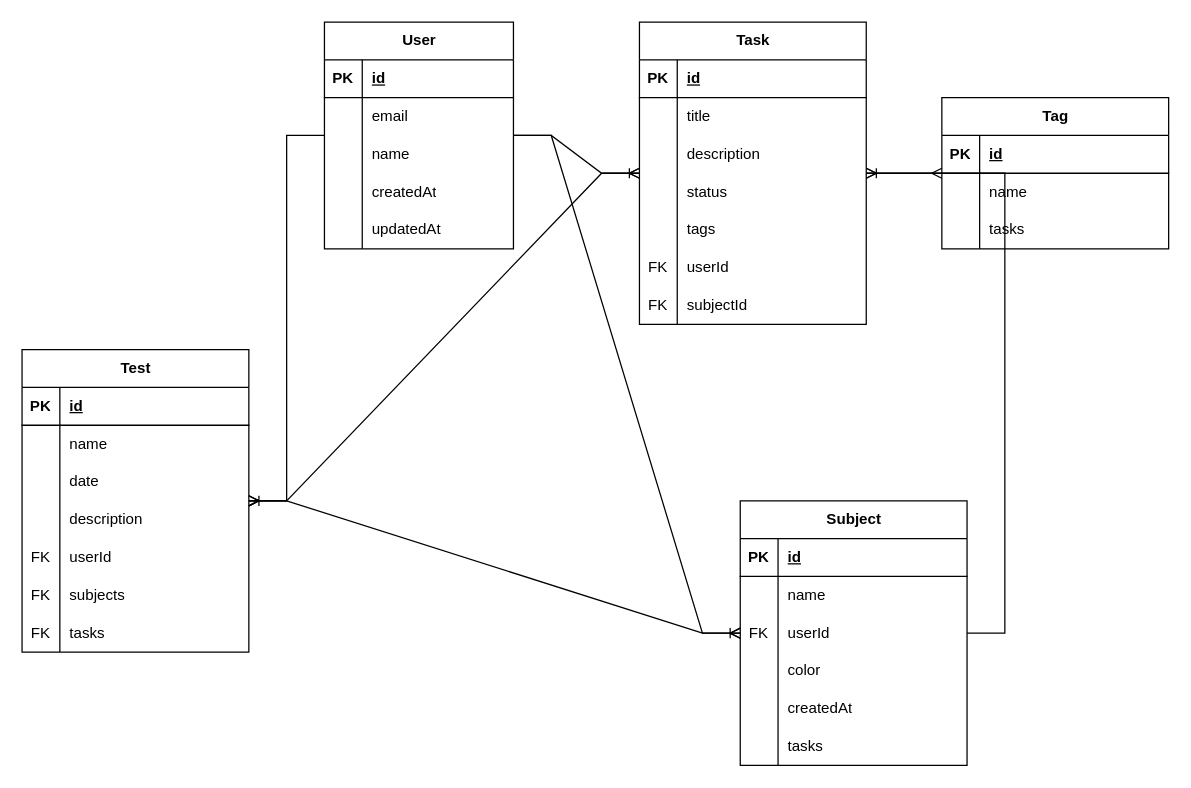
This is docs/er.drawio from neko3141592/Taskit, a draw.io file, before an edit. Source tidied: cells renumbered, new cells numbered last; positions are measured from the earlier drawing's top-left corner, leaving out a move shared by most shapes. Both pictures are drawn from the tidied source at 126%, with x=0, y=0 at pixel (21, 21).
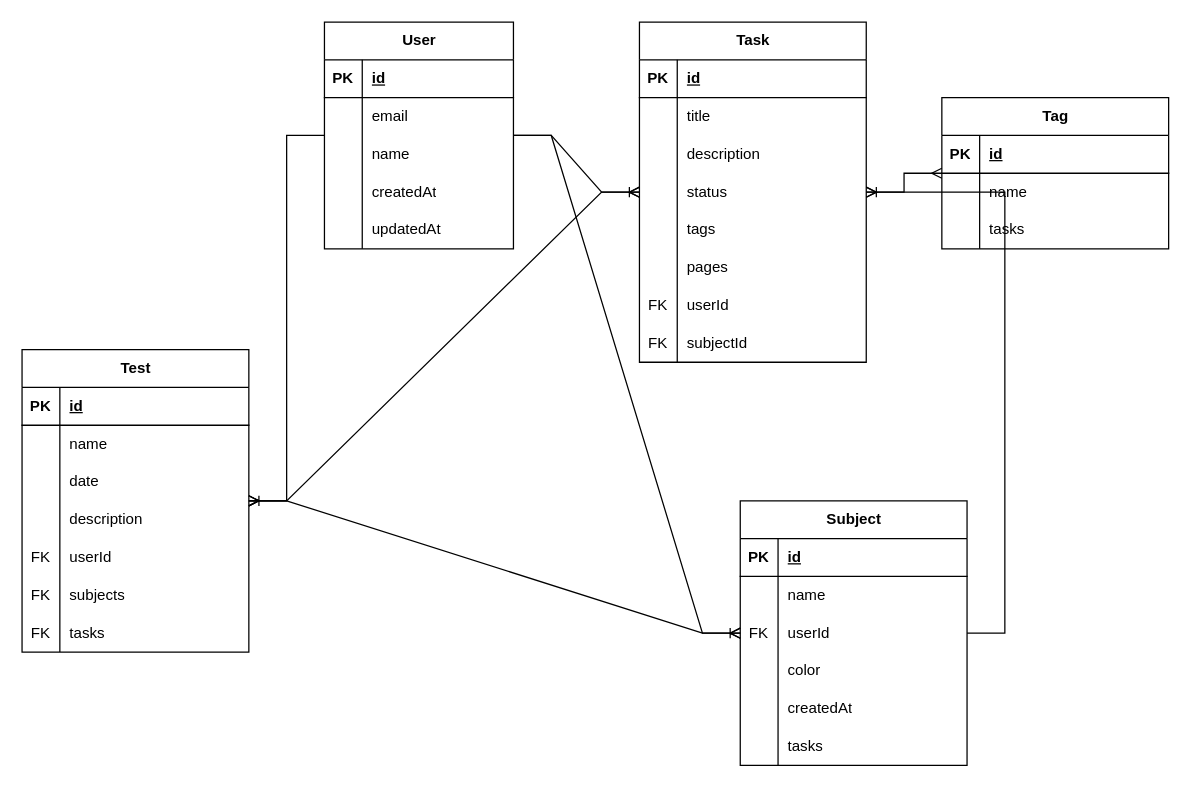
The same diagram, later.

What changed in the source:
```diff
@@
     <mxCell id="18" value="Task" style="shape=table;startSize=30;childLayout=tableLayout;rowLines=0;fontStyle=1;align=center;html=1;" parent="1" vertex="1">
-      <mxGeometry x="490" width="180" height="240" as="geometry" />
+      <mxGeometry x="490" width="180" height="270" as="geometry" />
     </mxCell>
@@
+    <mxCell id="98" style="shape=tableRow;horizontal=0;startSize=0;swimlaneHead=0;swimlaneBody=0;fillColor=none;top=0;left=0;right=0;bottom=0;" parent="18" vertex="1">
+      <mxGeometry y="180" width="180" height="30" as="geometry" />
+    </mxCell>
+    <mxCell id="99" style="shape=partialRectangle;fillColor=none;top=0;left=0;bottom=0;right=0;overflow=hidden;whiteSpace=wrap;html=1;" parent="98" vertex="1">
+      <mxGeometry width="30" height="30" as="geometry" />
+    </mxCell>
+    <mxCell id="100" value="pages" style="shape=partialRectangle;fillColor=none;top=0;left=0;bottom=0;right=0;align=left;spacingLeft=6;overflow=hidden;whiteSpace=wrap;html=1;" parent="98" vertex="1">
+      <mxGeometry x="30" width="150" height="30" as="geometry" />
+    </mxCell>
     <mxCell id="34" style="shape=tableRow;horizontal=0;startSize=0;swimlaneHead=0;swimlaneBody=0;fillColor=none;top=0;left=0;right=0;bottom=0;" parent="18" vertex="1">
-      <mxGeometry y="180" width="180" height="30" as="geometry" />
+      <mxGeometry y="210" width="180" height="30" as="geometry" />
     </mxCell>
@@
     <mxCell id="37" style="shape=tableRow;horizontal=0;startSize=0;swimlaneHead=0;swimlaneBody=0;fillColor=none;top=0;left=0;right=0;bottom=0;" parent="18" vertex="1">
-      <mxGeometry y="210" width="180" height="30" as="geometry" />
+      <mxGeometry y="240" width="180" height="30" as="geometry" />
     </mxCell>
```
